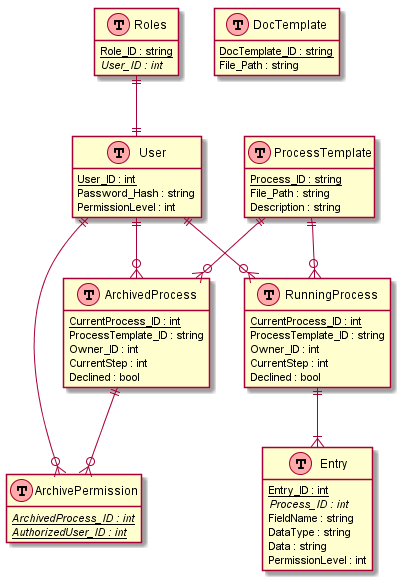
Earlier version of the PlantUML export DynamicDocsWPF/DynamicDocsWPF/PlantUML/Database.png (JuNord/dynamicDocs). Its diagram source:
```plantuml
@startuml
hide methods
hide stereotypes

User ||--o{ RunningProcess
ProcessTemplate ||--o{ RunningProcess
User ||--o{ ArchivedProcess
ProcessTemplate ||--o{ ArchivedProcess
User ||--o{ ArchivePermission
ArchivedProcess ||--o{ ArchivePermission
RunningProcess ||--|{ Entry
Roles ||--|| User


class User << (T,#FFAAAA) >> {
    <u>User_ID : int</u>
    Password_Hash : string
    PermissionLevel : int
}

class DocTemplate << (T,#FFAAAA) >>{
    <u>DocTemplate_ID : string</u>
    File_Path : string
}

class ProcessTemplate << (T,#FFAAAA) >> {
    <u>Process_ID : string</u>
    File_Path : string
    Description : string
}

class RunningProcess << (T,#FFAAAA) >>{
    <u>CurrentProcess_ID : int</u>
    ProcessTemplate_ID : string
    Owner_ID : int
    CurrentStep : int
    Declined : bool
}

class Roles << (T,#FFAAAA) >>{
    <u>Role_ID : string</u>
    <i>User_ID : int</i>
}

class ArchivedProcess << (T,#FFAAAA) >>{
    <u>CurrentProcess_ID : int</u>
    ProcessTemplate_ID : string
    Owner_ID : int
    CurrentStep : int
    Declined : bool
}

class ArchivePermission << (T,#FFAAAA) >>{
    <u><i>ArchivedProcess_ID : int</i></u>
    <u><i>AuthorizedUser_ID : int</i></u>
}

class Entry << (T,#FFAAAA) >>{
    <u>Entry_ID : int</u>
    <i>Process_ID : int</i>
    FieldName : string
    DataType : string
    Data : string
    PermissionLevel : int
}
@enduml
```
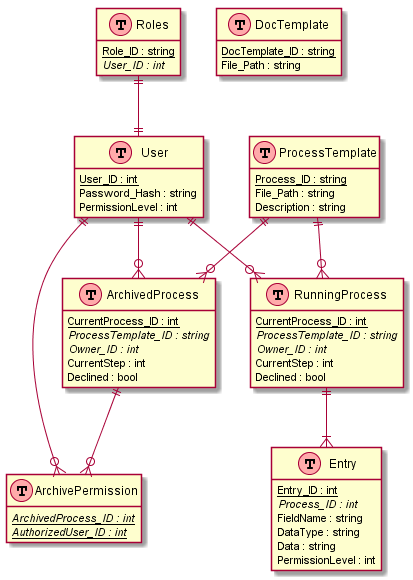
After the commit.

Commit message:
Added missing foreign keys to ERD

Change to the diagram source:
```diff
@@ -31,8 +31,8 @@
 
 class RunningProcess << (T,#FFAAAA) >>{
     <u>CurrentProcess_ID : int</u>
-    ProcessTemplate_ID : string
-    Owner_ID : int
+    <i>ProcessTemplate_ID : string</i>
+    <i>Owner_ID : int</i>
     CurrentStep : int
     Declined : bool
 }
@@ -44,8 +44,8 @@
 
 class ArchivedProcess << (T,#FFAAAA) >>{
     <u>CurrentProcess_ID : int</u>
-    ProcessTemplate_ID : string
-    Owner_ID : int
+    <i>ProcessTemplate_ID : string</i>
+    <i>Owner_ID : int</i>
     CurrentStep : int
     Declined : bool
 }
```
